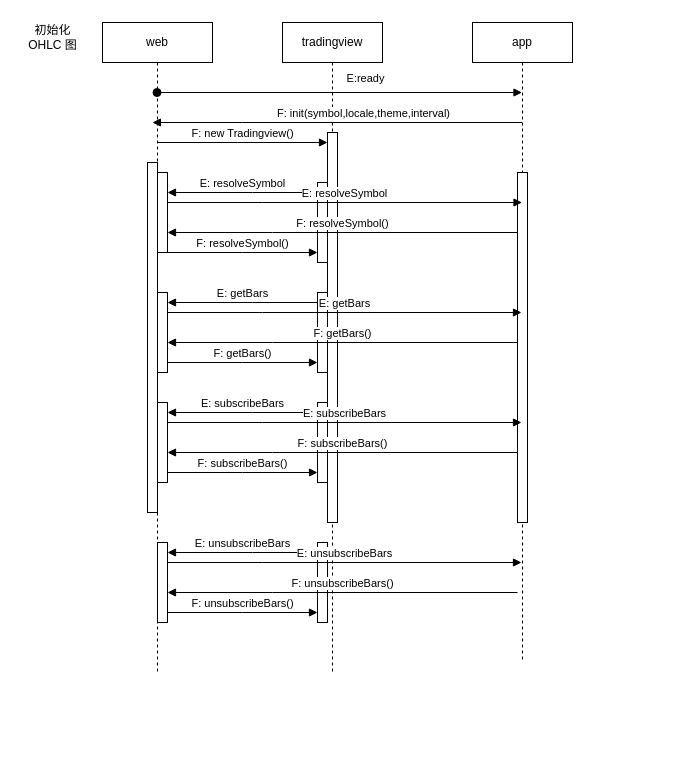
The draw.io diagram tradingview-ohlc-sequence.drawio in AC-YoY/diagram-storage, before the edit. Source tidied: cells renumbered, new cells numbered last; positions are measured from the earlier drawing's top-left corner, leaving out a move shared by most shapes. Both pictures are drawn from the tidied source at 100%, with x=0, y=0 at pixel (17, 17).
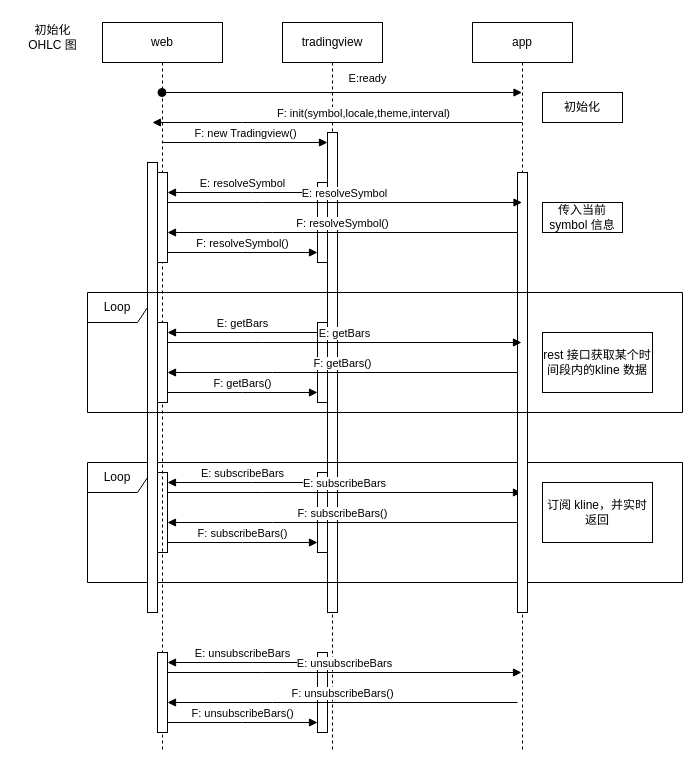
After the change.

What changed in the source:
```diff
@@
     <mxCell id="2" value="tradingview" style="shape=umlLifeline;perimeter=lifelinePerimeter;whiteSpace=wrap;html=1;newEdgeStyle={&quot;edgeStyle&quot;:&quot;elbowEdgeStyle&quot;,&quot;elbow&quot;:&quot;vertical&quot;,&quot;curved&quot;:0,&quot;rounded&quot;:0};" parent="1" vertex="1">
-      <mxGeometry x="265" y="5" width="100" height="650" as="geometry" />
+      <mxGeometry x="265" y="5" width="100" height="730" as="geometry" />
     </mxCell>
     <mxCell id="3" style="html=1;points=[];perimeter=orthogonalPerimeter;outlineConnect=0;targetShapes=umlLifeline;portConstraint=eastwest;newEdgeStyle={&quot;edgeStyle&quot;:&quot;elbowEdgeStyle&quot;,&quot;elbow&quot;:&quot;vertical&quot;,&quot;curved&quot;:0,&quot;rounded&quot;:0};" parent="2" vertex="1">
-      <mxGeometry x="45" y="110" width="10" height="390" as="geometry" />
+      <mxGeometry x="45" y="110" width="10" height="480" as="geometry" />
     </mxCell>
@@
+    <mxCell id="20" style="html=1;points=[];perimeter=orthogonalPerimeter;outlineConnect=0;targetShapes=umlLifeline;portConstraint=eastwest;newEdgeStyle={&quot;edgeStyle&quot;:&quot;elbowEdgeStyle&quot;,&quot;elbow&quot;:&quot;vertical&quot;,&quot;curved&quot;:0,&quot;rounded&quot;:0};" parent="2" vertex="1">
+      <mxGeometry x="35" y="450" width="10" height="80" as="geometry" />
+    </mxCell>
+    <mxCell id="21" value="E: subscribeBars" style="html=1;verticalAlign=bottom;endArrow=block;edgeStyle=elbowEdgeStyle;elbow=vertical;curved=0;rounded=0;" parent="2" edge="1" source="20" target="22">
+      <mxGeometry relative="1" as="geometry">
+        <Array as="points">
+          <mxPoint x="-30" y="460" />
+        </Array>
+      </mxGeometry>
+    </mxCell>
+    <mxCell id="22" style="html=1;points=[];perimeter=orthogonalPerimeter;outlineConnect=0;targetShapes=umlLifeline;portConstraint=eastwest;newEdgeStyle={&quot;edgeStyle&quot;:&quot;elbowEdgeStyle&quot;,&quot;elbow&quot;:&quot;vertical&quot;,&quot;curved&quot;:0,&quot;rounded&quot;:0};" parent="2" vertex="1">
+      <mxGeometry x="-125" y="450" width="10" height="80" as="geometry" />
+    </mxCell>
+    <mxCell id="23" value="E: subscribeBars" style="html=1;verticalAlign=bottom;endArrow=block;edgeStyle=elbowEdgeStyle;elbow=vertical;curved=0;rounded=0;" parent="2" edge="1" source="22">
+      <mxGeometry relative="1" as="geometry">
+        <mxPoint x="239" y="470" as="targetPoint" />
+        <Array as="points">
+          <mxPoint x="-20" y="470" />
+        </Array>
+      </mxGeometry>
+    </mxCell>
+    <mxCell id="24" value="F: subscribeBars()" style="html=1;verticalAlign=bottom;endArrow=block;edgeStyle=elbowEdgeStyle;elbow=vertical;curved=0;rounded=0;" parent="2" edge="1">
+      <mxGeometry relative="1" as="geometry">
+        <mxPoint x="235" y="500" as="sourcePoint" />
+        <mxPoint x="-115" y="500" as="targetPoint" />
+        <Array as="points">
+          <mxPoint x="-10" y="500" />
+        </Array>
+      </mxGeometry>
+    </mxCell>
+    <mxCell id="25" value="F: subscribeBars()" style="html=1;verticalAlign=bottom;endArrow=block;edgeStyle=elbowEdgeStyle;elbow=vertical;curved=0;rounded=0;" parent="2" edge="1" source="22" target="20">
+      <mxGeometry relative="1" as="geometry">
+        <Array as="points">
+          <mxPoint x="-40" y="520" />
+        </Array>
+      </mxGeometry>
+    </mxCell>
+    <mxCell id="36" value="订阅 kline，并实时返回" style="whiteSpace=wrap;html=1;" parent="2" vertex="1">
+      <mxGeometry x="260" y="460" width="110" height="60" as="geometry" />
+    </mxCell>
+    <mxCell id="37" value="Loop" style="shape=umlFrame;whiteSpace=wrap;html=1;" parent="2" vertex="1">
+      <mxGeometry x="-195" y="440" width="595" height="120" as="geometry" />
+    </mxCell>
+    <mxCell id="26" style="html=1;points=[];perimeter=orthogonalPerimeter;outlineConnect=0;targetShapes=umlLifeline;portConstraint=eastwest;newEdgeStyle={&quot;edgeStyle&quot;:&quot;elbowEdgeStyle&quot;,&quot;elbow&quot;:&quot;vertical&quot;,&quot;curved&quot;:0,&quot;rounded&quot;:0};" parent="2" vertex="1">
+      <mxGeometry x="35" y="630" width="10" height="80" as="geometry" />
+    </mxCell>
@@
     <mxCell id="7" value="app" style="shape=umlLifeline;perimeter=lifelinePerimeter;whiteSpace=wrap;html=1;outlineConnect=0;portConstraint=eastwest;newEdgeStyle={&quot;edgeStyle&quot;:&quot;elbowEdgeStyle&quot;,&quot;elbow&quot;:&quot;vertical&quot;,&quot;curved&quot;:0,&quot;rounded&quot;:0};" parent="1" vertex="1">
-      <mxGeometry x="455" y="5" width="100" height="640" as="geometry" />
+      <mxGeometry x="455" y="5" width="100" height="730" as="geometry" />
     </mxCell>
     <mxCell id="8" style="html=1;perimeter=orthogonalPerimeter;targetShapes=umlLifeline;newEdgeStyle={&quot;edgeStyle&quot;:&quot;elbowEdgeStyle&quot;,&quot;elbow&quot;:&quot;vertical&quot;,&quot;curved&quot;:0,&quot;rounded&quot;:0};" parent="7" vertex="1">
-      <mxGeometry x="45" y="150" width="10" height="350" as="geometry" />
+      <mxGeometry x="45" y="150" width="10" height="440" as="geometry" />
     </mxCell>
@@
     <mxCell id="11" value="web" style="shape=umlLifeline;perimeter=lifelinePerimeter;whiteSpace=wrap;html=1;outlineConnect=0;portConstraint=eastwest;newEdgeStyle={&quot;edgeStyle&quot;:&quot;elbowEdgeStyle&quot;,&quot;elbow&quot;:&quot;vertical&quot;,&quot;curved&quot;:0,&quot;rounded&quot;:0};" parent="1" vertex="1">
-      <mxGeometry x="85" y="5" width="110" height="650" as="geometry" />
+      <mxGeometry x="85" y="5" width="120" height="730" as="geometry" />
     </mxCell>
     <mxCell id="12" style="html=1;points=[];perimeter=orthogonalPerimeter;outlineConnect=0;targetShapes=umlLifeline;portConstraint=eastwest;newEdgeStyle={&quot;edgeStyle&quot;:&quot;elbowEdgeStyle&quot;,&quot;elbow&quot;:&quot;vertical&quot;,&quot;curved&quot;:0,&quot;rounded&quot;:0};" parent="11" vertex="1">
-      <mxGeometry x="55" y="150" width="10" height="80" as="geometry" />
+      <mxGeometry x="55" y="150" width="10" height="90" as="geometry" />
     </mxCell>
     <mxCell id="13" style="html=1;perimeter=orthogonalPerimeter;targetShapes=umlLifeline;newEdgeStyle={&quot;edgeStyle&quot;:&quot;elbowEdgeStyle&quot;,&quot;elbow&quot;:&quot;vertical&quot;,&quot;curved&quot;:0,&quot;rounded&quot;:0};" parent="11" vertex="1">
-      <mxGeometry x="45" y="140" width="10" height="350" as="geometry" />
+      <mxGeometry x="45" y="140" width="10" height="450" as="geometry" />
     </mxCell>
     <mxCell id="14" style="html=1;points=[];perimeter=orthogonalPerimeter;outlineConnect=0;targetShapes=umlLifeline;portConstraint=eastwest;newEdgeStyle={&quot;edgeStyle&quot;:&quot;elbowEdgeStyle&quot;,&quot;elbow&quot;:&quot;vertical&quot;,&quot;curved&quot;:0,&quot;rounded&quot;:0};" parent="11" vertex="1">
-      <mxGeometry x="215" y="270" width="10" height="80" as="geometry" />
+      <mxGeometry x="215" y="300" width="10" height="80" as="geometry" />
     </mxCell>
     <mxCell id="15" value="E: getBars" style="html=1;verticalAlign=bottom;endArrow=block;edgeStyle=elbowEdgeStyle;elbow=vertical;curved=0;rounded=0;" parent="11" edge="1" source="14" target="16">
       <mxGeometry relative="1" as="geometry">
         <Array as="points">
-          <mxPoint x="150" y="280" />
+          <mxPoint x="150" y="310" />
         </Array>
       </mxGeometry>
     </mxCell>
     <mxCell id="16" style="html=1;points=[];perimeter=orthogonalPerimeter;outlineConnect=0;targetShapes=umlLifeline;portConstraint=eastwest;newEdgeStyle={&quot;edgeStyle&quot;:&quot;elbowEdgeStyle&quot;,&quot;elbow&quot;:&quot;vertical&quot;,&quot;curved&quot;:0,&quot;rounded&quot;:0};" parent="11" vertex="1">
-      <mxGeometry x="55" y="270" width="10" height="80" as="geometry" />
+      <mxGeometry x="55" y="300" width="10" height="80" as="geometry" />
     </mxCell>
     <mxCell id="17" value="E: getBars" style="html=1;verticalAlign=bottom;endArrow=block;edgeStyle=elbowEdgeStyle;elbow=vertical;curved=0;rounded=0;" parent="11" edge="1" source="16">
       <mxGeometry relative="1" as="geometry">
-        <mxPoint x="419" y="290" as="targetPoint" />
+        <mxPoint x="419" y="320" as="targetPoint" />
         <Array as="points">
-          <mxPoint x="160" y="290" />
+          <mxPoint x="160" y="320" />
         </Array>
       </mxGeometry>
     </mxCell>
     <mxCell id="18" value="F: getBars()" style="html=1;verticalAlign=bottom;endArrow=block;edgeStyle=elbowEdgeStyle;elbow=vertical;curved=0;rounded=0;" parent="11" edge="1">
       <mxGeometry relative="1" as="geometry">
-        <mxPoint x="415" y="320" as="sourcePoint" />
-        <mxPoint x="65" y="320" as="targetPoint" />
+        <mxPoint x="415" y="350" as="sourcePoint" />
+        <mxPoint x="65" y="350" as="targetPoint" />
         <Array as="points">
-          <mxPoint x="170" y="320" />
+          <mxPoint x="170" y="350" />
         </Array>
       </mxGeometry>
     </mxCell>
     <mxCell id="19" value="F: getBars()" style="html=1;verticalAlign=bottom;endArrow=block;edgeStyle=elbowEdgeStyle;elbow=vertical;curved=0;rounded=0;" parent="11" edge="1" source="16" target="14">
       <mxGeometry relative="1" as="geometry">
         <Array as="points">
-          <mxPoint x="140" y="340" />
+          <mxPoint x="140" y="370" />
         </Array>
       </mxGeometry>
     </mxCell>
-    <mxCell id="20" style="html=1;points=[];perimeter=orthogonalPerimeter;outlineConnect=0;targetShapes=umlLifeline;portConstraint=eastwest;newEdgeStyle={&quot;edgeStyle&quot;:&quot;elbowEdgeStyle&quot;,&quot;elbow&quot;:&quot;vertical&quot;,&quot;curved&quot;:0,&quot;rounded&quot;:0};" parent="11" vertex="1">
-      <mxGeometry x="215" y="380" width="10" height="80" as="geometry" />
-    </mxCell>
-    <mxCell id="21" value="E: subscribeBars" style="html=1;verticalAlign=bottom;endArrow=block;edgeStyle=elbowEdgeStyle;elbow=vertical;curved=0;rounded=0;" parent="11" edge="1" source="20" target="22">
-      <mxGeometry relative="1" as="geometry">
-        <Array as="points">
-          <mxPoint x="150" y="390" />
-        </Array>
-      </mxGeometry>
-    </mxCell>
-    <mxCell id="22" style="html=1;points=[];perimeter=orthogonalPerimeter;outlineConnect=0;targetShapes=umlLifeline;portConstraint=eastwest;newEdgeStyle={&quot;edgeStyle&quot;:&quot;elbowEdgeStyle&quot;,&quot;elbow&quot;:&quot;vertical&quot;,&quot;curved&quot;:0,&quot;rounded&quot;:0};" parent="11" vertex="1">
-      <mxGeometry x="55" y="380" width="10" height="80" as="geometry" />
-    </mxCell>
-    <mxCell id="23" value="E: subscribeBars" style="html=1;verticalAlign=bottom;endArrow=block;edgeStyle=elbowEdgeStyle;elbow=vertical;curved=0;rounded=0;" parent="11" edge="1" source="22">
-      <mxGeometry relative="1" as="geometry">
-        <mxPoint x="419" y="400" as="targetPoint" />
-        <Array as="points">
-          <mxPoint x="160" y="400" />
-        </Array>
-      </mxGeometry>
-    </mxCell>
-    <mxCell id="24" value="F: subscribeBars()" style="html=1;verticalAlign=bottom;endArrow=block;edgeStyle=elbowEdgeStyle;elbow=vertical;curved=0;rounded=0;" parent="11" edge="1">
-      <mxGeometry relative="1" as="geometry">
-        <mxPoint x="415" y="430" as="sourcePoint" />
-        <mxPoint x="65" y="430" as="targetPoint" />
-        <Array as="points">
-          <mxPoint x="170" y="430" />
-        </Array>
-      </mxGeometry>
-    </mxCell>
-    <mxCell id="25" value="F: subscribeBars()" style="html=1;verticalAlign=bottom;endArrow=block;edgeStyle=elbowEdgeStyle;elbow=vertical;curved=0;rounded=0;" parent="11" edge="1" source="22" target="20">
-      <mxGeometry relative="1" as="geometry">
-        <Array as="points">
-          <mxPoint x="140" y="450" />
-        </Array>
-      </mxGeometry>
-    </mxCell>
-    <mxCell id="26" style="html=1;points=[];perimeter=orthogonalPerimeter;outlineConnect=0;targetShapes=umlLifeline;portConstraint=eastwest;newEdgeStyle={&quot;edgeStyle&quot;:&quot;elbowEdgeStyle&quot;,&quot;elbow&quot;:&quot;vertical&quot;,&quot;curved&quot;:0,&quot;rounded&quot;:0};" parent="11" vertex="1">
-      <mxGeometry x="215" y="520" width="10" height="80" as="geometry" />
-    </mxCell>
+    <mxCell id="38" value="rest 接口获取某个时间段内的kline 数据" style="whiteSpace=wrap;html=1;" parent="11" vertex="1">
+      <mxGeometry x="440" y="310" width="110" height="60" as="geometry" />
+    </mxCell>
+    <mxCell id="39" value="Loop" style="shape=umlFrame;whiteSpace=wrap;html=1;" parent="11" vertex="1">
+      <mxGeometry x="-15" y="270" width="595" height="120" as="geometry" />
+    </mxCell>
+    <mxCell id="32" value="E: resolveSymbol" style="html=1;verticalAlign=bottom;endArrow=block;edgeStyle=elbowEdgeStyle;elbow=vertical;curved=0;rounded=0;" parent="1" edge="1" source="12" target="7">
+      <mxGeometry relative="1" as="geometry">
+        <Array as="points">
+          <mxPoint x="245" y="185" />
+        </Array>
+      </mxGeometry>
+    </mxCell>
+    <mxCell id="33" value="F: resolveSymbol()" style="html=1;verticalAlign=bottom;endArrow=block;edgeStyle=elbowEdgeStyle;elbow=vertical;curved=0;rounded=0;" parent="1" edge="1">
+      <mxGeometry relative="1" as="geometry">
+        <mxPoint x="500" y="215" as="sourcePoint" />
+        <mxPoint x="150" y="215" as="targetPoint" />
+        <Array as="points">
+          <mxPoint x="255" y="215" />
+        </Array>
+      </mxGeometry>
+    </mxCell>
+    <mxCell id="35" value="F: new Tradingview()" style="html=1;verticalAlign=bottom;endArrow=block;edgeStyle=elbowEdgeStyle;elbow=vertical;curved=0;rounded=0;" parent="1" edge="1" source="11" target="3">
+      <mxGeometry relative="1" as="geometry">
+        <Array as="points">
+          <mxPoint x="220" y="125" />
+        </Array>
+      </mxGeometry>
+    </mxCell>
+    <mxCell id="40" value="初始化" style="whiteSpace=wrap;html=1;" parent="1" vertex="1">
+      <mxGeometry x="525" y="75" width="80" height="30" as="geometry" />
+    </mxCell>
+    <mxCell id="41" value="传入当前symbol 信息" style="whiteSpace=wrap;html=1;" parent="1" vertex="1">
+      <mxGeometry x="525" y="185" width="80" height="30" as="geometry" />
+    </mxCell>
-    <mxCell id="27" value="E: unsubscribeBars" style="html=1;verticalAlign=bottom;endArrow=block;edgeStyle=elbowEdgeStyle;elbow=vertical;curved=0;rounded=0;" parent="11" edge="1" source="26" target="28">
+    <mxCell id="27" value="E: unsubscribeBars" style="html=1;verticalAlign=bottom;endArrow=block;edgeStyle=elbowEdgeStyle;elbow=vertical;curved=0;rounded=0;" parent="1" edge="1" source="26" target="28">
       <mxGeometry relative="1" as="geometry">
         <Array as="points">
-          <mxPoint x="150" y="530" />
+          <mxPoint x="235" y="645" />
         </Array>
       </mxGeometry>
     </mxCell>
-    <mxCell id="28" style="html=1;points=[];perimeter=orthogonalPerimeter;outlineConnect=0;targetShapes=umlLifeline;portConstraint=eastwest;newEdgeStyle={&quot;edgeStyle&quot;:&quot;elbowEdgeStyle&quot;,&quot;elbow&quot;:&quot;vertical&quot;,&quot;curved&quot;:0,&quot;rounded&quot;:0};" parent="11" vertex="1">
-      <mxGeometry x="55" y="520" width="10" height="80" as="geometry" />
+    <mxCell id="28" style="html=1;points=[];perimeter=orthogonalPerimeter;outlineConnect=0;targetShapes=umlLifeline;portConstraint=eastwest;newEdgeStyle={&quot;edgeStyle&quot;:&quot;elbowEdgeStyle&quot;,&quot;elbow&quot;:&quot;vertical&quot;,&quot;curved&quot;:0,&quot;rounded&quot;:0};" parent="1" vertex="1">
+      <mxGeometry x="140" y="635" width="10" height="80" as="geometry" />
     </mxCell>
-    <mxCell id="29" value="E: unsubscribeBars" style="html=1;verticalAlign=bottom;endArrow=block;edgeStyle=elbowEdgeStyle;elbow=vertical;curved=0;rounded=0;" parent="11" edge="1" source="28">
+    <mxCell id="29" value="E: unsubscribeBars" style="html=1;verticalAlign=bottom;endArrow=block;edgeStyle=elbowEdgeStyle;elbow=vertical;curved=0;rounded=0;" parent="1" edge="1" source="28">
       <mxGeometry relative="1" as="geometry">
-        <mxPoint x="419" y="540" as="targetPoint" />
+        <mxPoint x="504" y="655" as="targetPoint" />
         <Array as="points">
-          <mxPoint x="160" y="540" />
+          <mxPoint x="245" y="655" />
         </Array>
       </mxGeometry>
     </mxCell>
-    <mxCell id="30" value="F: unsubscribeBars()" style="html=1;verticalAlign=bottom;endArrow=block;edgeStyle=elbowEdgeStyle;elbow=vertical;curved=0;rounded=0;" parent="11" edge="1">
+    <mxCell id="30" value="F: unsubscribeBars()" style="html=1;verticalAlign=bottom;endArrow=block;edgeStyle=elbowEdgeStyle;elbow=vertical;curved=0;rounded=0;" parent="1" edge="1">
       <mxGeometry relative="1" as="geometry">
-        <mxPoint x="415" y="570" as="sourcePoint" />
-        <mxPoint x="65" y="570" as="targetPoint" />
+        <mxPoint x="500" y="685" as="sourcePoint" />
+        <mxPoint x="150" y="685" as="targetPoint" />
         <Array as="points">
-          <mxPoint x="170" y="570" />
+          <mxPoint x="255" y="685" />
         </Array>
       </mxGeometry>
     </mxCell>
-    <mxCell id="31" value="F: unsubscribeBars()" style="html=1;verticalAlign=bottom;endArrow=block;edgeStyle=elbowEdgeStyle;elbow=vertical;curved=0;rounded=0;" parent="11" edge="1" source="28" target="26">
+    <mxCell id="31" value="F: unsubscribeBars()" style="html=1;verticalAlign=bottom;endArrow=block;edgeStyle=elbowEdgeStyle;elbow=vertical;curved=0;rounded=0;" parent="1" edge="1" source="28" target="26">
       <mxGeometry relative="1" as="geometry">
         <Array as="points">
-          <mxPoint x="140" y="590" />
+          <mxPoint x="225" y="705" />
         </Array>
       </mxGeometry>
     </mxCell>
-    <mxCell id="32" value="E: resolveSymbol" style="html=1;verticalAlign=bottom;endArrow=block;edgeStyle=elbowEdgeStyle;elbow=vertical;curved=0;rounded=0;" parent="1" edge="1" source="12" target="7">
-      <mxGeometry relative="1" as="geometry">
-        <Array as="points">
-          <mxPoint x="245" y="185" />
-        </Array>
-      </mxGeometry>
-    </mxCell>
-    <mxCell id="33" value="F: resolveSymbol()" style="html=1;verticalAlign=bottom;endArrow=block;edgeStyle=elbowEdgeStyle;elbow=vertical;curved=0;rounded=0;" parent="1" edge="1">
-      <mxGeometry relative="1" as="geometry">
-        <mxPoint x="500" y="215" as="sourcePoint" />
-        <mxPoint x="150" y="215" as="targetPoint" />
-        <Array as="points">
-          <mxPoint x="255" y="215" />
-        </Array>
-      </mxGeometry>
-    </mxCell>
@@
-    <mxCell id="35" value="F: new Tradingview()" style="html=1;verticalAlign=bottom;endArrow=block;edgeStyle=elbowEdgeStyle;elbow=vertical;curved=0;rounded=0;" parent="1" edge="1" source="11" target="3">
-      <mxGeometry relative="1" as="geometry">
-        <Array as="points">
-          <mxPoint x="220" y="125" />
-        </Array>
-      </mxGeometry>
-    </mxCell>
```
